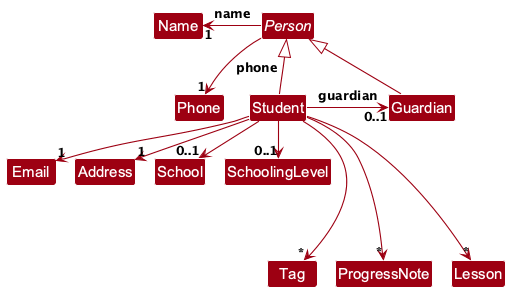
Before: docs/images/PersonClassDiagram.png, a diagram exported from PlantUML (AY2627S1-CS2103T-F13-4/tp).
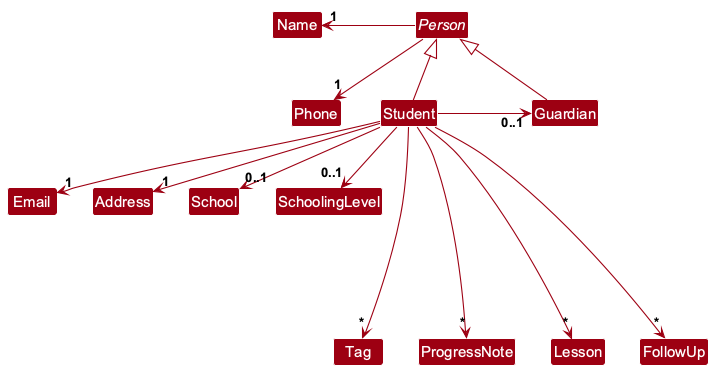
After the change.

What changed in the source:
```diff
@@ -1,4 +1,5 @@
 @startuml
+skinparamlocked defaultFontName Arial
 !include style.puml
 skinparam arrowThickness 1.1
 skinparam arrowColor MODEL_COLOR
@@ -16,13 +17,14 @@
 class Tag
 class Lesson
 class ProgressNote
+class FollowUp
 
-Person -left-> "1" Name : name
-Person -down-> "1" Phone : phone
+Person -left-> "1" Name : \t\t
+Person -down-> "1" Phone
 
 Student -up-|> Person
 Guardian -up-|> Person
-Student -right-> "0..1" Guardian : guardian
+Student -right-> "0..1" Guardian : \t\t
 
 Student -down-> "1" Email
 Student -down-> "1" Address
@@ -32,6 +34,7 @@
 Student ---down-> "*" Tag
 Student ---down-> "*" ProgressNote
 Student ---down-> "*" Lesson
+Student ---down-> "*" FollowUp
 
 Name -[hidden]down- Phone
 
@@ -42,4 +45,5 @@
 Email -[hidden]down- Tag
 Tag -[hidden]right- ProgressNote
 ProgressNote -[hidden]right- Lesson
+Lesson -[hidden]right- FollowUp
 @enduml
```
